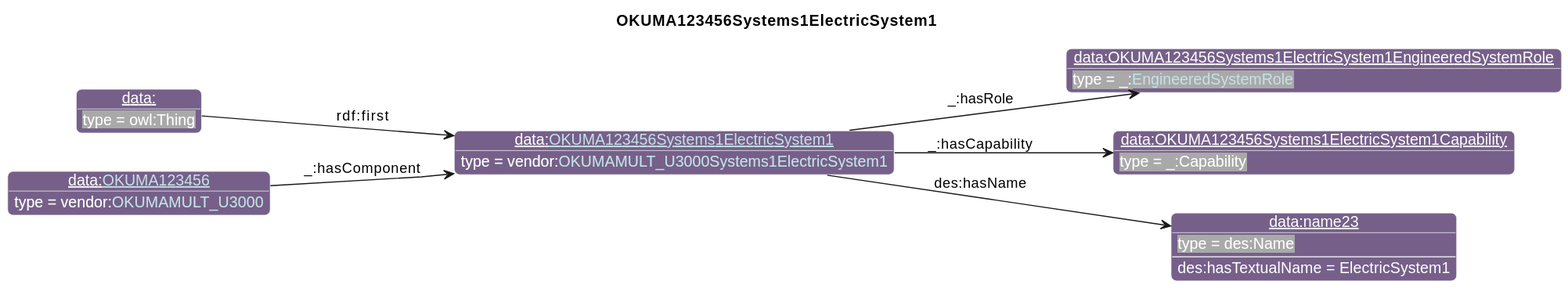
iofoundry/example-syseng-mtconnect keeps this PlantUML diagram as diagrams/OKUMA123456Systems1ElectricSystem1.svg. Above is the earlier version.
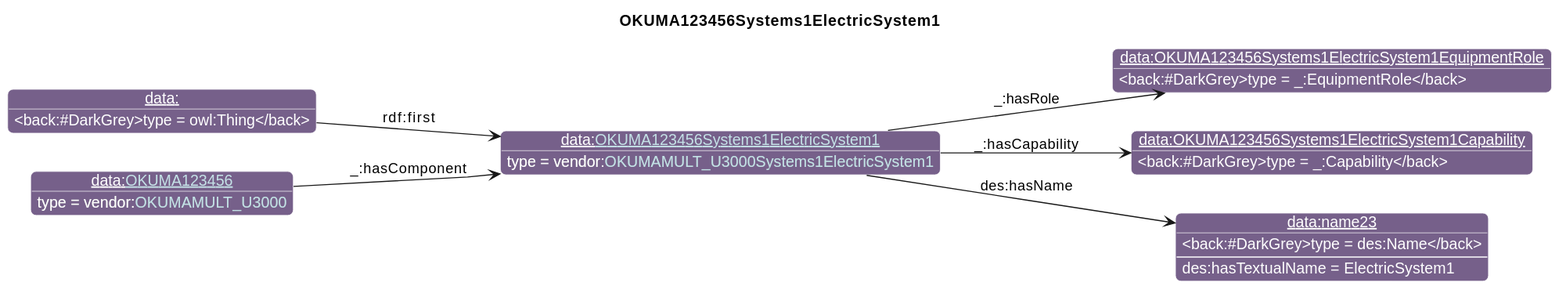
Above is the later version.

What changed in the source:
```diff
@@ -26,7 +26,7 @@
                       "qp":"641B2E"
       }
 individual(o0, data:[[./OKUMA123456Systems1ElectricSystem1.html OKUMA123456Systems1ElectricSystem1]], vendor:[[../OKUMA.html#OKUMAMULT_U3000Systems1ElectricSystem1 OKUMAMULT_U3000Systems1ElectricSystem1]])
-individual(o1, data:OKUMA123456Systems1ElectricSystem1EngineeredSystemRole, _:[[../MTConnect.html#EngineeredSystemRole EngineeredSystemRole]])
+individual(o1, data:OKUMA123456Systems1ElectricSystem1EquipmentRole, _:EquipmentRole)
 individual(o2, data:OKUMA123456Systems1ElectricSystem1Capability, _:Capability)
 individual(o3, data:name23, des:Name)
 individual(o4, data:, owl:Thing)
```
